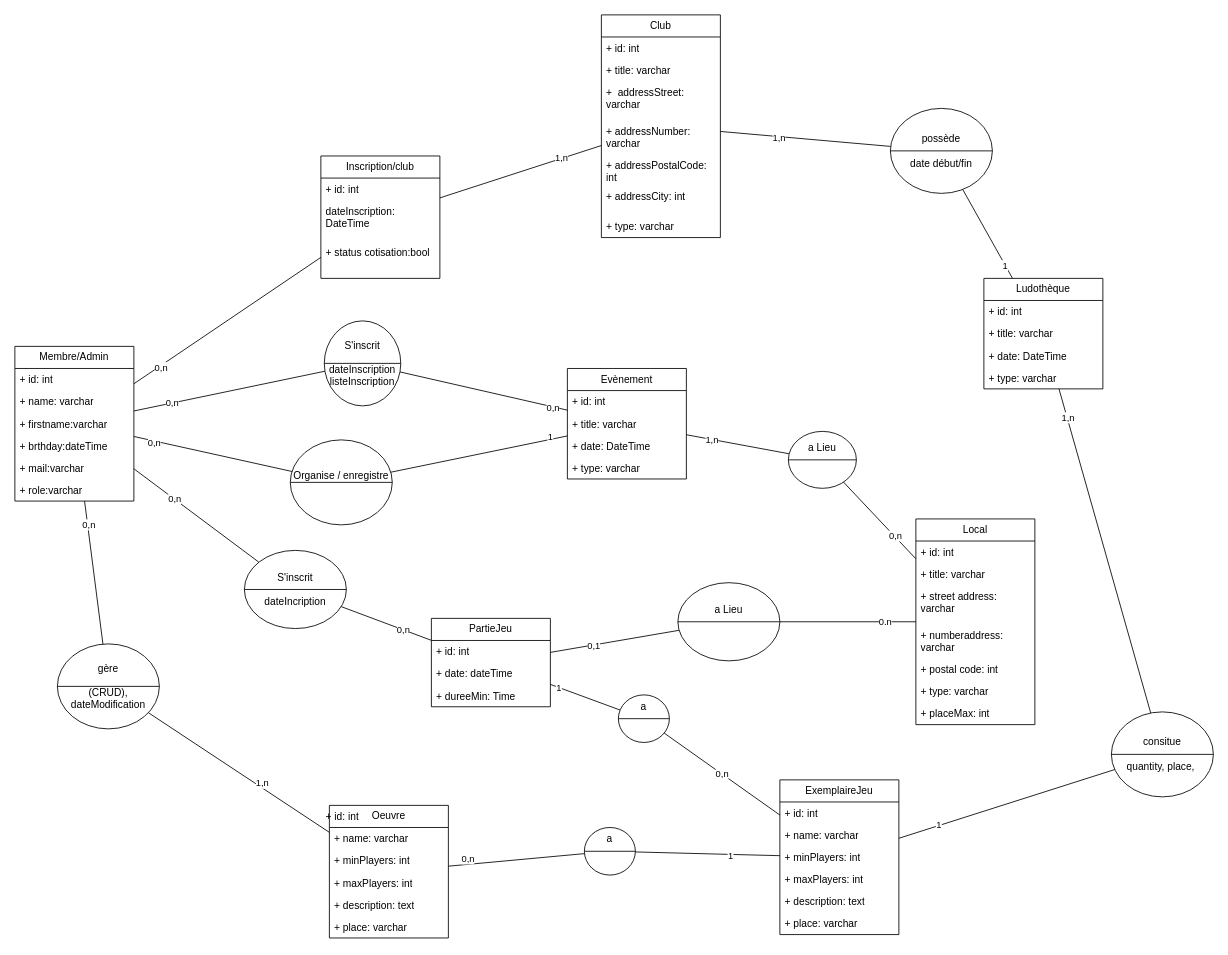
This is doc/analyseMCD.drawio from Dj3ni/I3_ProjetSymphony, a draw.io file, before an edit. Source tidied: cells renumbered, new cells numbered last; positions are measured from the earlier drawing's top-left corner, leaving out a move shared by most shapes. Both pictures are drawn from the tidied source at 85%, with x=0, y=0 at pixel (14, 14).
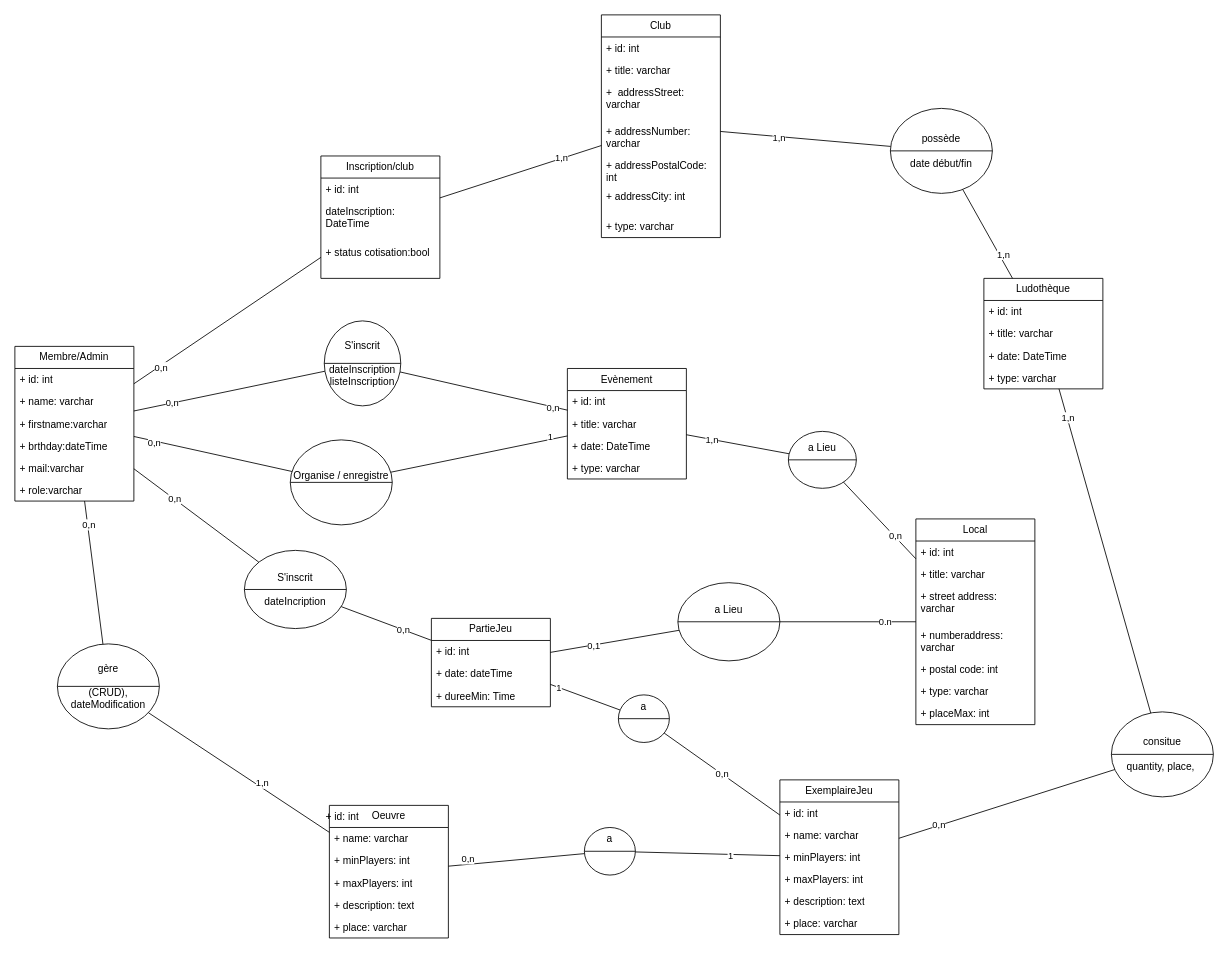
Above is the later version.

Commit message (it also covers changes not shown here):
update ULM diagram

The change refers to these unchanged cells:
```xml
<mxCell id="30" style="endArrow=none;html=1;rounded=0;endFill=0;" parent="1" edge="1" source="13" target="20">
  <mxGeometry relative="1" as="geometry" />
</mxCell>
<mxCell id="55" style="endArrow=none;html=1;rounded=0;endFill=0;" parent="1" edge="1" source="54" target="49">
  <mxGeometry relative="1" as="geometry" />
</mxCell>
```

The edit, as a diff of the source:
```diff
@@
-    <mxCell id="31" value="1" style="edgeLabel;html=1;align=center;verticalAlign=middle;" parent="30" vertex="1">
+    <mxCell id="31" value="0,n" style="edgeLabel;html=1;align=center;verticalAlign=middle;" parent="30" vertex="1">
       <mxGeometry x="-0.63" y="1" relative="1" as="geometry" />
     </mxCell>
@@
-    <mxCell id="56" value="1" style="edgeLabel;html=1;align=center;verticalAlign=middle;" parent="55" vertex="1">
-      <mxGeometry x="0.7" relative="1" as="geometry" />
-    </mxCell>
+    <mxCell id="111" value="1,n" style="edgeLabel;html=1;align=center;verticalAlign=middle;" parent="55" vertex="1">
+      <mxGeometry x="0.49" y="4" relative="1" as="geometry" />
+    </mxCell>
```
